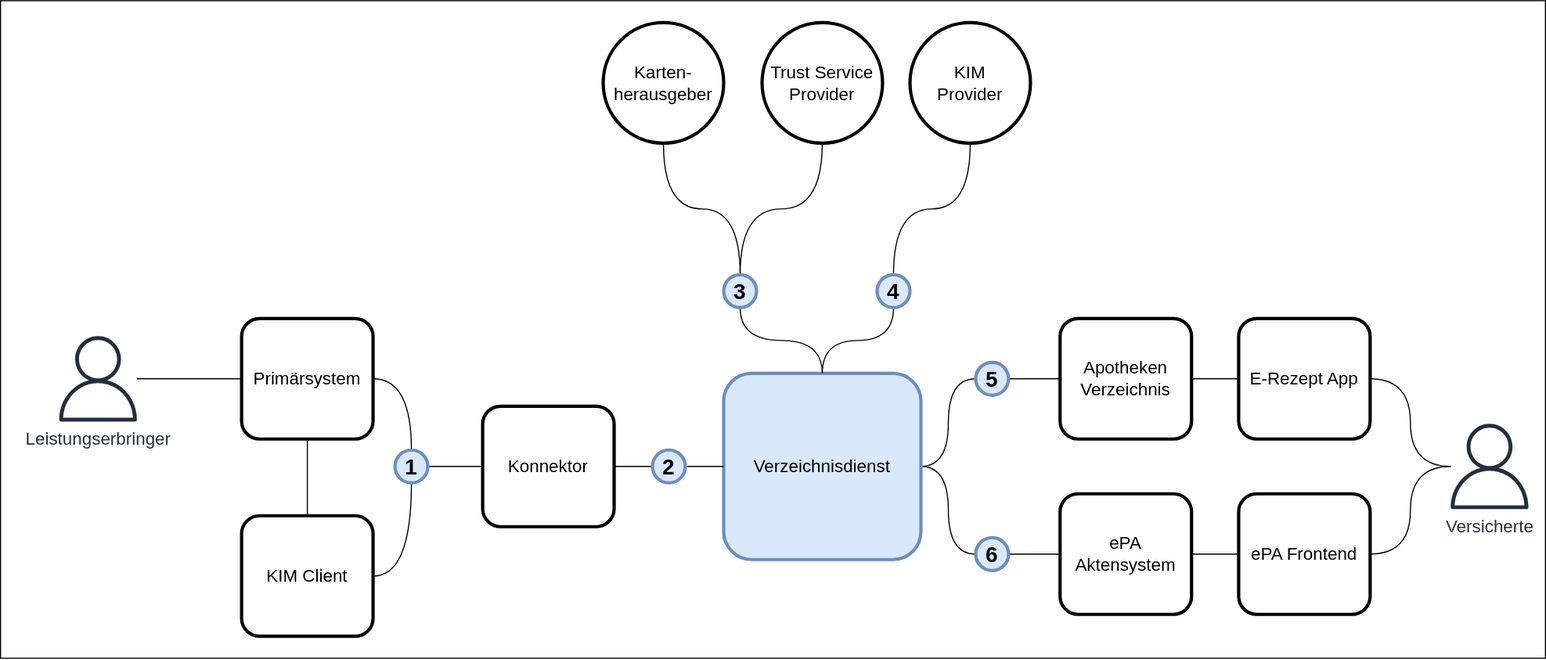
Above: images/VZD_Systemkontext.svg in gematik/api-vzd (draw.io), before the change. Source tidied: cells renumbered, new cells last; positions are measured from the earlier drawing's top-left corner, leaving out a move shared by most shapes.
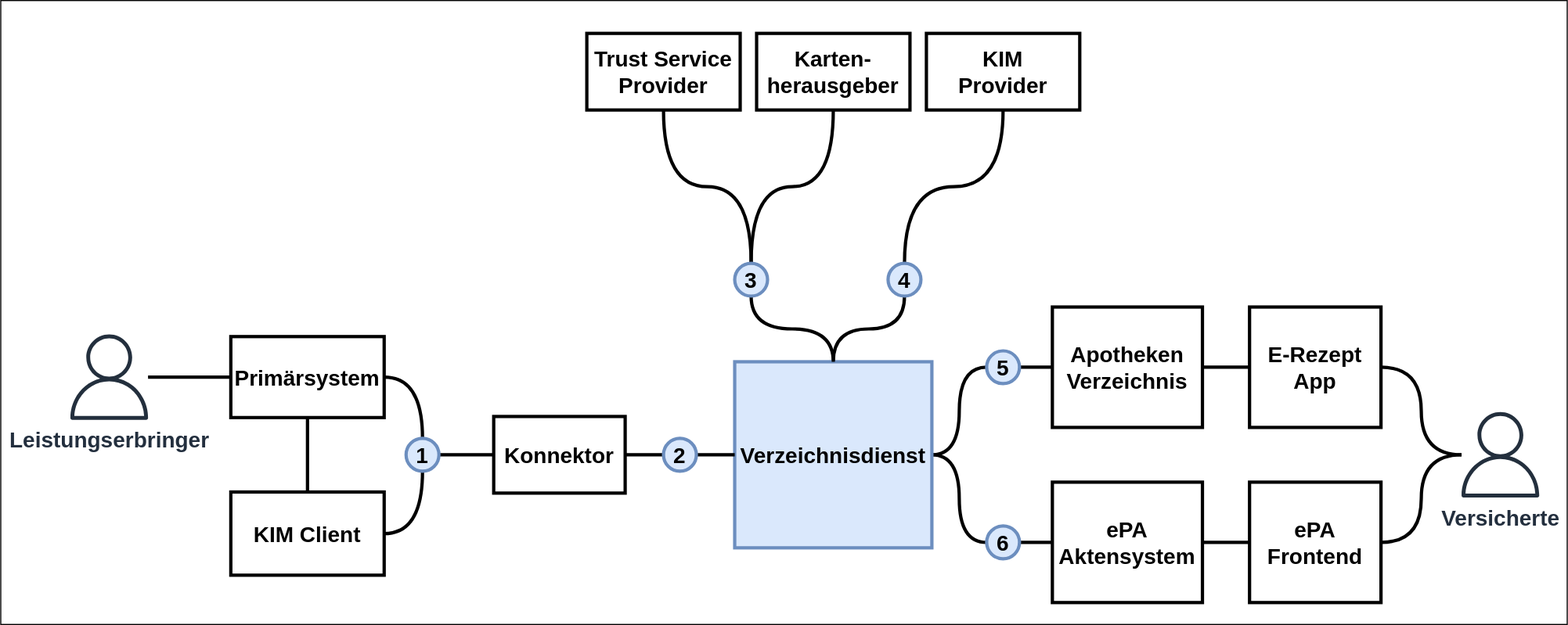
After the commit.

What changed in the source:
```diff
@@ -3,124 +3,124 @@
     <mxCell id="0" />
     <mxCell id="1" parent="0" />
     <mxCell id="2" style="rounded=0;whiteSpace=wrap;html=1;fontSize=16;strokeWidth=1;fillColor=none;" parent="1" vertex="1">
-      <mxGeometry width="1410" height="600" as="geometry" />
+      <mxGeometry x="-10" y="10" width="1430" height="570" as="geometry" />
     </mxCell>
-    <mxCell id="3" style="edgeStyle=orthogonalEdgeStyle;curved=1;jettySize=auto;html=1;exitX=0.5;exitY=0;exitDx=0;exitDy=0;entryX=0.5;entryY=1;entryDx=0;entryDy=0;fontSize=16;endArrow=none;endFill=0;" parent="1" edge="1" source="6" target="30">
+    <mxCell id="3" style="edgeStyle=orthogonalEdgeStyle;curved=1;jettySize=auto;html=1;exitX=0.5;exitY=0;exitDx=0;exitDy=0;entryX=0.5;entryY=1;entryDx=0;entryDy=0;fontSize=16;endArrow=none;endFill=0;strokeWidth=3;" parent="1" edge="1" source="6" target="30">
       <mxGeometry relative="1" as="geometry" />
     </mxCell>
-    <mxCell id="4" style="edgeStyle=orthogonalEdgeStyle;curved=1;jettySize=auto;html=1;entryX=0;entryY=0.5;entryDx=0;entryDy=0;fontSize=16;endArrow=none;endFill=0;" parent="1" edge="1" source="6" target="31">
+    <mxCell id="4" style="edgeStyle=orthogonalEdgeStyle;curved=1;jettySize=auto;html=1;entryX=0;entryY=0.5;entryDx=0;entryDy=0;fontSize=16;endArrow=none;endFill=0;strokeWidth=3;" parent="1" edge="1" source="6" target="31">
       <mxGeometry relative="1" as="geometry" />
     </mxCell>
-    <mxCell id="5" style="edgeStyle=orthogonalEdgeStyle;curved=1;jettySize=auto;html=1;exitX=1;exitY=0.5;exitDx=0;exitDy=0;entryX=0;entryY=0.5;entryDx=0;entryDy=0;fontSize=16;endArrow=none;endFill=0;" parent="1" edge="1" source="6" target="33">
+    <mxCell id="5" style="edgeStyle=orthogonalEdgeStyle;curved=1;jettySize=auto;html=1;exitX=1;exitY=0.5;exitDx=0;exitDy=0;entryX=0;entryY=0.5;entryDx=0;entryDy=0;fontSize=16;endArrow=none;endFill=0;strokeWidth=3;" parent="1" edge="1" source="6" target="33">
       <mxGeometry relative="1" as="geometry" />
     </mxCell>
-    <mxCell id="6" value="Verzeichnisdienst" style="rounded=1;whiteSpace=wrap;html=1;fillColor=#dae8fc;strokeColor=#6c8ebf;strokeWidth=3;fontSize=16;" parent="1" vertex="1">
+    <mxCell id="6" value="Verzeichnisdienst" style="rounded=0;whiteSpace=wrap;html=1;fillColor=#dae8fc;strokeColor=#6c8ebf;strokeWidth=3;fontSize=20;fontStyle=1;" parent="1" vertex="1">
       <mxGeometry x="660" y="340" width="180" height="170" as="geometry" />
     </mxCell>
-    <mxCell id="7" value="Konnektor" style="rounded=1;whiteSpace=wrap;html=1;strokeWidth=3;fontSize=16;" parent="1" vertex="1">
-      <mxGeometry x="440" y="370" width="120" height="110" as="geometry" />
+    <mxCell id="7" value="Konnektor" style="rounded=0;whiteSpace=wrap;html=1;strokeWidth=3;fontSize=20;fontStyle=1;" parent="1" vertex="1">
+      <mxGeometry x="440" y="390" width="120" height="70" as="geometry" />
     </mxCell>
-    <mxCell id="8" style="edgeStyle=orthogonalEdgeStyle;curved=1;jettySize=auto;html=1;fontSize=16;endArrow=none;endFill=0;" parent="1" edge="1" source="9" target="11">
+    <mxCell id="8" style="edgeStyle=orthogonalEdgeStyle;curved=1;jettySize=auto;html=1;fontSize=16;endArrow=none;endFill=0;strokeWidth=3;" parent="1" edge="1" source="9" target="11">
       <mxGeometry relative="1" as="geometry" />
     </mxCell>
-    <mxCell id="9" value="Primärsystem" style="rounded=1;whiteSpace=wrap;html=1;strokeWidth=3;fontSize=16;" parent="1" vertex="1">
-      <mxGeometry x="220" y="290" width="120" height="110" as="geometry" />
+    <mxCell id="9" value="Primärsystem" style="rounded=0;whiteSpace=wrap;html=1;strokeWidth=3;fontSize=20;fontStyle=1;" parent="1" vertex="1">
+      <mxGeometry x="200" y="317" width="140" height="74" as="geometry" />
     </mxCell>
-    <mxCell id="10" style="edgeStyle=orthogonalEdgeStyle;curved=1;jettySize=auto;html=1;entryX=0.5;entryY=1;entryDx=0;entryDy=0;fontSize=16;endArrow=none;endFill=0;" parent="1" edge="1" source="11" target="36">
+    <mxCell id="10" style="edgeStyle=orthogonalEdgeStyle;curved=1;jettySize=auto;html=1;entryX=0.5;entryY=1;entryDx=0;entryDy=0;fontSize=16;endArrow=none;endFill=0;strokeWidth=3;" parent="1" edge="1" source="11" target="36">
       <mxGeometry relative="1" as="geometry" />
     </mxCell>
-    <mxCell id="11" value="KIM Client" style="rounded=1;whiteSpace=wrap;html=1;strokeWidth=3;fontSize=16;" parent="1" vertex="1">
-      <mxGeometry x="220" y="470" width="120" height="110" as="geometry" />
+    <mxCell id="11" value="KIM Client" style="rounded=0;whiteSpace=wrap;html=1;strokeWidth=3;fontSize=20;fontStyle=1;" parent="1" vertex="1">
+      <mxGeometry x="200" y="459" width="140" height="76" as="geometry" />
     </mxCell>
-    <mxCell id="12" style="edgeStyle=orthogonalEdgeStyle;curved=1;jettySize=auto;html=1;exitX=1;exitY=0.5;exitDx=0;exitDy=0;entryX=0;entryY=0.5;entryDx=0;entryDy=0;fontSize=16;endArrow=none;endFill=0;" parent="1" edge="1" source="13" target="14">
+    <mxCell id="12" style="edgeStyle=orthogonalEdgeStyle;curved=1;jettySize=auto;html=1;exitX=1;exitY=0.5;exitDx=0;exitDy=0;entryX=0;entryY=0.5;entryDx=0;entryDy=0;fontSize=16;endArrow=none;endFill=0;strokeWidth=3;" parent="1" edge="1" source="13" target="14">
       <mxGeometry relative="1" as="geometry" />
     </mxCell>
-    <mxCell id="13" value="ePA Aktensystem" style="rounded=1;whiteSpace=wrap;html=1;fontSize=16;strokeWidth=3;" parent="1" vertex="1">
-      <mxGeometry x="967" y="450" width="120" height="110" as="geometry" />
+    <mxCell id="13" value="ePA Aktensystem" style="rounded=0;whiteSpace=wrap;html=1;fontSize=20;strokeWidth=3;fontStyle=1;" parent="1" vertex="1">
+      <mxGeometry x="950" y="450" width="137" height="110" as="geometry" />
     </mxCell>
-    <mxCell id="14" value="ePA Frontend" style="rounded=1;whiteSpace=wrap;html=1;fontSize=16;strokeWidth=3;" parent="1" vertex="1">
+    <mxCell id="14" value="ePA Frontend" style="rounded=0;whiteSpace=wrap;html=1;fontSize=20;strokeWidth=3;fontStyle=1;" parent="1" vertex="1">
       <mxGeometry x="1130" y="450" width="120" height="110" as="geometry" />
     </mxCell>
-    <mxCell id="15" style="edgeStyle=orthogonalEdgeStyle;curved=1;jettySize=auto;html=1;entryX=1;entryY=0.5;entryDx=0;entryDy=0;fontSize=16;endArrow=none;endFill=0;" parent="1" edge="1" source="17" target="31">
+    <mxCell id="15" style="edgeStyle=orthogonalEdgeStyle;curved=1;jettySize=auto;html=1;entryX=1;entryY=0.5;entryDx=0;entryDy=0;fontSize=16;endArrow=none;endFill=0;strokeWidth=3;" parent="1" edge="1" source="17" target="31">
       <mxGeometry relative="1" as="geometry" />
     </mxCell>
-    <mxCell id="16" style="edgeStyle=orthogonalEdgeStyle;curved=1;jettySize=auto;html=1;exitX=1;exitY=0.5;exitDx=0;exitDy=0;entryX=0;entryY=0.5;entryDx=0;entryDy=0;fontSize=16;endArrow=none;endFill=0;" parent="1" edge="1" source="17" target="18">
+    <mxCell id="16" style="edgeStyle=orthogonalEdgeStyle;curved=1;jettySize=auto;html=1;exitX=1;exitY=0.5;exitDx=0;exitDy=0;entryX=0;entryY=0.5;entryDx=0;entryDy=0;fontSize=16;endArrow=none;endFill=0;strokeWidth=3;" parent="1" edge="1" source="17" target="18">
       <mxGeometry relative="1" as="geometry" />
     </mxCell>
-    <mxCell id="17" value="Apotheken Verzeichnis" style="rounded=1;whiteSpace=wrap;html=1;fontSize=16;strokeWidth=3;" parent="1" vertex="1">
-      <mxGeometry x="967" y="290" width="120" height="110" as="geometry" />
+    <mxCell id="17" value="Apotheken Verzeichnis" style="rounded=0;whiteSpace=wrap;html=1;fontSize=20;strokeWidth=3;fontStyle=1;" parent="1" vertex="1">
+      <mxGeometry x="950" y="290" width="137" height="110" as="geometry" />
     </mxCell>
-    <mxCell id="18" value="E-Rezept App" style="rounded=1;whiteSpace=wrap;html=1;fontSize=16;strokeWidth=3;" parent="1" vertex="1">
+    <mxCell id="18" value="E-Rezept App" style="rounded=0;whiteSpace=wrap;html=1;fontSize=20;strokeWidth=3;fontStyle=1;" parent="1" vertex="1">
       <mxGeometry x="1130" y="290" width="120" height="110" as="geometry" />
     </mxCell>
-    <mxCell id="19" style="edgeStyle=orthogonalEdgeStyle;curved=1;jettySize=auto;html=1;entryX=1;entryY=0.5;entryDx=0;entryDy=0;fontSize=16;endArrow=none;endFill=0;" parent="1" edge="1" source="21" target="18">
+    <mxCell id="19" style="edgeStyle=orthogonalEdgeStyle;curved=1;jettySize=auto;html=1;entryX=1;entryY=0.5;entryDx=0;entryDy=0;fontSize=16;endArrow=none;endFill=0;strokeWidth=3;" parent="1" edge="1" source="21" target="18">
       <mxGeometry relative="1" as="geometry" />
     </mxCell>
-    <mxCell id="20" style="edgeStyle=orthogonalEdgeStyle;curved=1;jettySize=auto;html=1;entryX=1;entryY=0.5;entryDx=0;entryDy=0;fontSize=16;endArrow=none;endFill=0;" parent="1" edge="1" source="21" target="14">
+    <mxCell id="20" style="edgeStyle=orthogonalEdgeStyle;curved=1;jettySize=auto;html=1;entryX=1;entryY=0.5;entryDx=0;entryDy=0;fontSize=16;endArrow=none;endFill=0;strokeWidth=3;" parent="1" edge="1" source="21" target="14">
       <mxGeometry relative="1" as="geometry" />
     </mxCell>
-    <mxCell id="21" value="Versicherte" style="sketch=0;outlineConnect=0;fontColor=#232F3E;gradientColor=none;fillColor=#232F3D;strokeColor=none;dashed=0;verticalLabelPosition=bottom;verticalAlign=top;align=center;html=1;fontSize=16;fontStyle=0;shape=mxgraph.aws4.user;" parent="1" vertex="1">
+    <mxCell id="21" value="Versicherte" style="sketch=0;outlineConnect=0;fontColor=#232F3E;gradientColor=none;fillColor=#232F3D;strokeColor=none;dashed=0;verticalLabelPosition=bottom;verticalAlign=top;align=center;html=1;fontSize=20;fontStyle=1;shape=mxgraph.aws4.user;" parent="1" vertex="1">
       <mxGeometry x="1320" y="386" width="78" height="78" as="geometry" />
     </mxCell>
-    <mxCell id="22" style="edgeStyle=orthogonalEdgeStyle;curved=1;jettySize=auto;html=1;entryX=0;entryY=0.5;entryDx=0;entryDy=0;fontSize=16;endArrow=none;endFill=0;" parent="1" edge="1" source="23" target="9">
+    <mxCell id="22" style="edgeStyle=orthogonalEdgeStyle;curved=1;jettySize=auto;html=1;entryX=0;entryY=0.5;entryDx=0;entryDy=0;fontSize=16;endArrow=none;endFill=0;strokeWidth=3;" parent="1" edge="1" source="23" target="9">
       <mxGeometry relative="1" as="geometry" />
     </mxCell>
-    <mxCell id="23" value="Leistungserbringer" style="sketch=0;outlineConnect=0;fontColor=#232F3E;gradientColor=none;fillColor=#232F3D;strokeColor=none;dashed=0;verticalLabelPosition=bottom;verticalAlign=top;align=center;html=1;fontSize=16;fontStyle=0;shape=mxgraph.aws4.user;" parent="1" vertex="1">
-      <mxGeometry x="50" y="306" width="78" height="78" as="geometry" />
+    <mxCell id="23" value="Leistungserbringer" style="sketch=0;outlineConnect=0;fontColor=#232F3E;gradientColor=none;fillColor=#232F3D;strokeColor=none;dashed=0;verticalLabelPosition=bottom;verticalAlign=top;align=center;html=1;fontSize=20;fontStyle=1;shape=mxgraph.aws4.user;" parent="1" vertex="1">
+      <mxGeometry x="50" y="315" width="78" height="78" as="geometry" />
     </mxCell>
-    <mxCell id="24" style="edgeStyle=orthogonalEdgeStyle;jettySize=auto;html=1;entryX=0.5;entryY=0;entryDx=0;entryDy=0;fontSize=16;curved=1;exitX=0.5;exitY=1;exitDx=0;exitDy=0;endArrow=none;endFill=0;" parent="1" edge="1" source="25" target="30">
+    <mxCell id="24" style="edgeStyle=orthogonalEdgeStyle;jettySize=auto;html=1;entryX=0.5;entryY=0;entryDx=0;entryDy=0;fontSize=16;curved=1;exitX=0.5;exitY=1;exitDx=0;exitDy=0;endArrow=none;endFill=0;strokeWidth=3;" parent="1" edge="1" source="27" target="30">
       <mxGeometry relative="1" as="geometry" />
     </mxCell>
-    <mxCell id="25" value="&lt;span style=&quot;font-size: 16px&quot;&gt;Karten- &lt;br&gt;herausgeber&lt;/span&gt;" style="ellipse;whiteSpace=wrap;html=1;fontSize=16;strokeWidth=3;" parent="1" vertex="1">
-      <mxGeometry x="550" y="20" width="110" height="110" as="geometry" />
-    </mxCell>
-    <mxCell id="26" style="edgeStyle=orthogonalEdgeStyle;curved=1;jettySize=auto;html=1;entryX=0.5;entryY=0;entryDx=0;entryDy=0;fontSize=20;endArrow=none;endFill=0;exitX=0.5;exitY=1;exitDx=0;exitDy=0;" parent="1" edge="1" source="27" target="30">
+    <mxCell id="26" style="edgeStyle=orthogonalEdgeStyle;curved=1;jettySize=auto;html=1;entryX=0.5;entryY=0;entryDx=0;entryDy=0;fontSize=20;endArrow=none;endFill=0;exitX=0.5;exitY=1;exitDx=0;exitDy=0;strokeWidth=3;" parent="1" edge="1" source="25" target="30">
       <mxGeometry relative="1" as="geometry" />
     </mxCell>
-    <mxCell id="27" value="&lt;span&gt;Trust Service Provider&lt;/span&gt;" style="ellipse;whiteSpace=wrap;html=1;fontSize=16;strokeWidth=3;" parent="1" vertex="1">
-      <mxGeometry x="695" y="20" width="110" height="110" as="geometry" />
-    </mxCell>
-    <mxCell id="28" style="edgeStyle=orthogonalEdgeStyle;curved=1;jettySize=auto;html=1;exitX=0.5;exitY=1;exitDx=0;exitDy=0;entryX=0.5;entryY=0;entryDx=0;entryDy=0;fontSize=16;endArrow=none;endFill=0;" parent="1" edge="1" source="29" target="41">
+    <mxCell id="28" style="edgeStyle=orthogonalEdgeStyle;curved=1;jettySize=auto;html=1;exitX=0.5;exitY=1;exitDx=0;exitDy=0;entryX=0.5;entryY=0;entryDx=0;entryDy=0;fontSize=16;endArrow=none;endFill=0;strokeWidth=3;" parent="1" edge="1" source="29" target="41">
       <mxGeometry relative="1" as="geometry" />
     </mxCell>
-    <mxCell id="29" value="&lt;span&gt;KIM&lt;br&gt;Provider&lt;/span&gt;" style="ellipse;whiteSpace=wrap;html=1;fontSize=16;strokeWidth=3;" parent="1" vertex="1">
-      <mxGeometry x="830" y="20" width="110" height="110" as="geometry" />
-    </mxCell>
     <mxCell id="30" value="3" style="ellipse;whiteSpace=wrap;html=1;fontSize=20;strokeWidth=3;fontStyle=1;fillColor=#dae8fc;strokeColor=#6c8ebf;" parent="1" vertex="1">
       <mxGeometry x="660" y="250" width="30" height="30" as="geometry" />
     </mxCell>
     <mxCell id="31" value="5" style="ellipse;whiteSpace=wrap;html=1;fontSize=20;strokeWidth=3;fontStyle=1;fillColor=#dae8fc;strokeColor=#6c8ebf;" parent="1" vertex="1">
       <mxGeometry x="890" y="330" width="30" height="30" as="geometry" />
     </mxCell>
-    <mxCell id="32" style="edgeStyle=orthogonalEdgeStyle;curved=1;jettySize=auto;html=1;exitX=1;exitY=0.5;exitDx=0;exitDy=0;entryX=0;entryY=0.5;entryDx=0;entryDy=0;fontSize=16;endArrow=none;endFill=0;" parent="1" edge="1" source="33" target="13">
+    <mxCell id="32" style="edgeStyle=orthogonalEdgeStyle;curved=1;jettySize=auto;html=1;exitX=1;exitY=0.5;exitDx=0;exitDy=0;entryX=0;entryY=0.5;entryDx=0;entryDy=0;fontSize=16;endArrow=none;endFill=0;strokeWidth=3;" parent="1" edge="1" source="33" target="13">
       <mxGeometry relative="1" as="geometry" />
     </mxCell>
     <mxCell id="33" value="6" style="ellipse;whiteSpace=wrap;html=1;fontSize=20;strokeWidth=3;fontStyle=1;fillColor=#dae8fc;strokeColor=#6c8ebf;" parent="1" vertex="1">
       <mxGeometry x="890" y="490" width="30" height="30" as="geometry" />
     </mxCell>
-    <mxCell id="34" style="edgeStyle=orthogonalEdgeStyle;curved=1;jettySize=auto;html=1;exitX=1;exitY=0.5;exitDx=0;exitDy=0;entryX=0;entryY=0.5;entryDx=0;entryDy=0;fontSize=16;endArrow=none;endFill=0;" parent="1" edge="1" source="36" target="7">
+    <mxCell id="34" style="edgeStyle=orthogonalEdgeStyle;curved=1;jettySize=auto;html=1;exitX=1;exitY=0.5;exitDx=0;exitDy=0;entryX=0;entryY=0.5;entryDx=0;entryDy=0;fontSize=16;endArrow=none;endFill=0;strokeWidth=3;" parent="1" edge="1" source="36" target="7">
       <mxGeometry relative="1" as="geometry" />
     </mxCell>
-    <mxCell id="35" style="edgeStyle=orthogonalEdgeStyle;curved=1;jettySize=auto;html=1;exitX=0.5;exitY=0;exitDx=0;exitDy=0;entryX=1;entryY=0.5;entryDx=0;entryDy=0;fontSize=16;endArrow=none;endFill=0;" parent="1" edge="1" source="36" target="9">
+    <mxCell id="35" style="edgeStyle=orthogonalEdgeStyle;curved=1;jettySize=auto;html=1;exitX=0.5;exitY=0;exitDx=0;exitDy=0;entryX=1;entryY=0.5;entryDx=0;entryDy=0;fontSize=16;endArrow=none;endFill=0;strokeWidth=3;" parent="1" edge="1" source="36" target="9">
       <mxGeometry relative="1" as="geometry" />
     </mxCell>
     <mxCell id="36" value="1" style="ellipse;whiteSpace=wrap;html=1;fontSize=20;strokeWidth=3;fontStyle=1;fillColor=#dae8fc;strokeColor=#6c8ebf;" parent="1" vertex="1">
       <mxGeometry x="360" y="410" width="30" height="30" as="geometry" />
     </mxCell>
-    <mxCell id="37" style="edgeStyle=orthogonalEdgeStyle;curved=1;jettySize=auto;html=1;entryX=1;entryY=0.5;entryDx=0;entryDy=0;fontSize=16;endArrow=none;endFill=0;" parent="1" edge="1" source="39" target="7">
+    <mxCell id="37" style="edgeStyle=orthogonalEdgeStyle;curved=1;jettySize=auto;html=1;entryX=1;entryY=0.5;entryDx=0;entryDy=0;fontSize=16;endArrow=none;endFill=0;strokeWidth=3;" parent="1" edge="1" source="39" target="7">
       <mxGeometry relative="1" as="geometry" />
     </mxCell>
-    <mxCell id="38" style="edgeStyle=orthogonalEdgeStyle;curved=1;jettySize=auto;html=1;entryX=0;entryY=0.5;entryDx=0;entryDy=0;fontSize=16;endArrow=none;endFill=0;" parent="1" edge="1" source="39" target="6">
+    <mxCell id="38" style="edgeStyle=orthogonalEdgeStyle;curved=1;jettySize=auto;html=1;entryX=0;entryY=0.5;entryDx=0;entryDy=0;fontSize=16;endArrow=none;endFill=0;strokeWidth=3;" parent="1" edge="1" source="39" target="6">
       <mxGeometry relative="1" as="geometry" />
     </mxCell>
     <mxCell id="39" value="&lt;font style=&quot;font-size: 20px&quot;&gt;&lt;b&gt;2&lt;/b&gt;&lt;/font&gt;" style="ellipse;whiteSpace=wrap;html=1;fontSize=16;strokeWidth=3;fillColor=#dae8fc;strokeColor=#6c8ebf;" parent="1" vertex="1">
       <mxGeometry x="595" y="410" width="30" height="30" as="geometry" />
     </mxCell>
-    <mxCell id="40" style="edgeStyle=orthogonalEdgeStyle;curved=1;jettySize=auto;html=1;exitX=0.5;exitY=1;exitDx=0;exitDy=0;entryX=0.5;entryY=0;entryDx=0;entryDy=0;fontSize=20;endArrow=none;endFill=0;" parent="1" edge="1" source="41" target="6">
+    <mxCell id="40" style="edgeStyle=orthogonalEdgeStyle;curved=1;jettySize=auto;html=1;exitX=0.5;exitY=1;exitDx=0;exitDy=0;entryX=0.5;entryY=0;entryDx=0;entryDy=0;fontSize=20;endArrow=none;endFill=0;strokeWidth=3;" parent="1" edge="1" source="41" target="6">
       <mxGeometry relative="1" as="geometry" />
     </mxCell>
     <mxCell id="41" value="4" style="ellipse;whiteSpace=wrap;html=1;fontSize=20;strokeWidth=3;fontStyle=1;fillColor=#dae8fc;strokeColor=#6c8ebf;" parent="1" vertex="1">
       <mxGeometry x="800" y="250" width="30" height="30" as="geometry" />
     </mxCell>
+    <mxCell id="25" value="Karten-&lt;br style=&quot;font-size: 20px;&quot;&gt;herausgeber" style="rounded=0;whiteSpace=wrap;html=1;strokeWidth=3;fontSize=20;fontStyle=1;" parent="1" vertex="1">
+      <mxGeometry x="680" y="40" width="140" height="70" as="geometry" />
+    </mxCell>
+    <mxCell id="27" value="Trust Service Provider" style="rounded=0;whiteSpace=wrap;html=1;strokeWidth=3;fontSize=20;fontStyle=1;" parent="1" vertex="1">
+      <mxGeometry x="525" y="40" width="140" height="70" as="geometry" />
+    </mxCell>
+    <mxCell id="29" value="KIM&lt;br style=&quot;font-size: 20px;&quot;&gt;Provider" style="rounded=0;whiteSpace=wrap;html=1;strokeWidth=3;fontSize=20;fontStyle=1;" parent="1" vertex="1">
+      <mxGeometry x="835" y="40" width="140" height="70" as="geometry" />
+    </mxCell>
   </root>
 </mxGraphModel>
```
